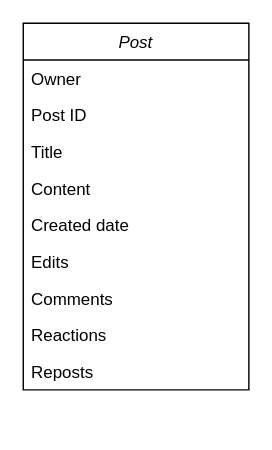
Earlier version of the draw.io diagram No-relational-digram.drawio (bithunters-web/Database-Diagram). Source tidied: cells renumbered, new cells numbered last; positions are measured from the earlier drawing's top-left corner, leaving out a move shared by most shapes. Both pictures are drawn from the tidied source at 141%, with x=0, y=0 at pixel (23, 23).
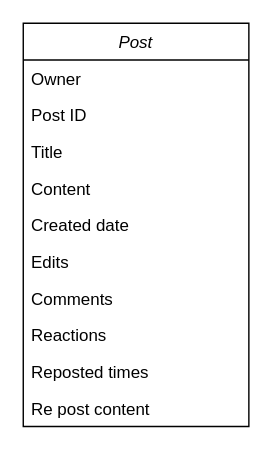
The same diagram, later.

Commit message:
Post Model Created No-relational-digram.drawio

The edit, as a diff of the source:
```diff
@@
 <mxGraphModel>
   <root>
     <mxCell id="0" />
     <mxCell id="1" parent="0" />
     <mxCell id="2" value="Post" style="swimlane;fontStyle=2;align=center;verticalAlign=top;horizontal=1;startSize=26;rounded=0;shadow=0;strokeWidth=1;" parent="1" vertex="1">
-      <mxGeometry width="160" height="260" as="geometry" />
+      <mxGeometry width="160" height="286" as="geometry" />
     </mxCell>
     <mxCell id="3" value="Owner" style="text;align=left;verticalAlign=top;spacingLeft=4;spacingRight=4;overflow=hidden;rounded=0;shadow=0;html=0;" parent="2" vertex="1">
       <mxGeometry y="26" width="160" height="26" as="geometry" />
     </mxCell>
     <mxCell id="4" value="Post ID" style="text;align=left;verticalAlign=top;spacingLeft=4;spacingRight=4;overflow=hidden;rounded=0;shadow=0;html=0;" parent="2" vertex="1">
       <mxGeometry y="52" width="160" height="26" as="geometry" />
     </mxCell>
     <mxCell id="5" value="Title" style="text;align=left;verticalAlign=top;spacingLeft=4;spacingRight=4;overflow=hidden;" parent="2" vertex="1">
       <mxGeometry y="78" width="160" height="26" as="geometry" />
     </mxCell>
     <mxCell id="6" value="Content" style="text;align=left;verticalAlign=top;spacingLeft=4;spacingRight=4;overflow=hidden;rounded=0;shadow=0;html=0;" parent="2" vertex="1">
       <mxGeometry y="104" width="160" height="26" as="geometry" />
     </mxCell>
     <mxCell id="7" value="Created date" style="text;align=left;verticalAlign=top;spacingLeft=4;spacingRight=4;overflow=hidden;rounded=0;shadow=0;html=0;" parent="2" vertex="1">
       <mxGeometry y="130" width="160" height="26" as="geometry" />
     </mxCell>
     <mxCell id="8" value="Edits" style="text;align=left;verticalAlign=top;spacingLeft=4;spacingRight=4;overflow=hidden;rounded=0;shadow=0;html=0;" parent="2" vertex="1">
       <mxGeometry y="156" width="160" height="26" as="geometry" />
     </mxCell>
     <mxCell id="9" value="Comments" style="text;align=left;verticalAlign=top;spacingLeft=4;spacingRight=4;overflow=hidden;rounded=0;shadow=0;html=0;" parent="2" vertex="1">
       <mxGeometry y="182" width="160" height="26" as="geometry" />
     </mxCell>
     <mxCell id="10" value="Reactions" style="text;align=left;verticalAlign=top;spacingLeft=4;spacingRight=4;overflow=hidden;rounded=0;shadow=0;html=0;" parent="2" vertex="1">
       <mxGeometry y="208" width="160" height="26" as="geometry" />
     </mxCell>
-    <mxCell id="11" value="Reposts" style="text;align=left;verticalAlign=top;spacingLeft=4;spacingRight=4;overflow=hidden;rounded=0;shadow=0;html=0;" parent="2" vertex="1">
+    <mxCell id="11" value="Reposted times" style="text;align=left;verticalAlign=top;spacingLeft=4;spacingRight=4;overflow=hidden;rounded=0;shadow=0;html=0;" parent="2" vertex="1">
       <mxGeometry y="234" width="160" height="26" as="geometry" />
     </mxCell>
+    <mxCell id="12" value="Re post content" style="text;align=left;verticalAlign=top;spacingLeft=4;spacingRight=4;overflow=hidden;rounded=0;shadow=0;html=0;" parent="2" vertex="1">
+      <mxGeometry y="260" width="160" height="26" as="geometry" />
+    </mxCell>
   </root>
 </mxGraphModel>
```
